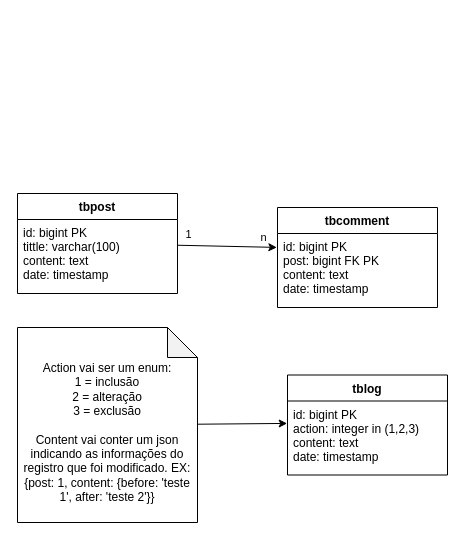
Before: diagramas/diagrama_er.drawio in DavidRusycki/news-laravel, a draw.io diagram. Source tidied: cells renumbered, new cells numbered last; positions are measured from the earlier drawing's top-left corner, leaving out a move shared by most shapes. Both pictures are drawn from the tidied source at 100%, with x=0, y=0 at pixel (17, 193).
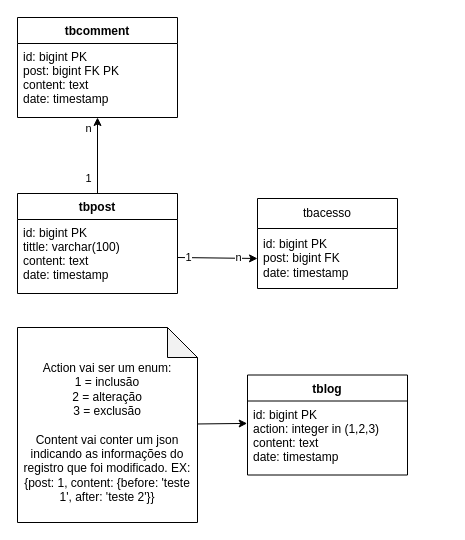
After the change.

Unchanged cells that the change refers to:
```xml
<mxCell id="5" value="tbpost" style="swimlane;fontStyle=1;align=center;verticalAlign=top;horizontal=1;startSize=26;" parent="1" vertex="1">
  <mxGeometry width="160" height="100" as="geometry" />
</mxCell>
<mxCell id="6" value="id: bigint PK&#10;tittle: varchar(100)&#10;content: text&#10;date: timestamp" style="text;strokeColor=none;fillColor=none;align=left;verticalAlign=top;spacingLeft=4;spacingRight=4;overflow=hidden;points=[[0,0.5],[1,0.5]];portConstraint=eastwest;" parent="5" vertex="1">
  <mxGeometry y="26" width="160" height="74" as="geometry" />
</mxCell>
<mxCell id="8" value="id: bigint PK&#10;post: bigint FK PK&#10;content: text&#10;date: timestamp" style="text;strokeColor=none;fillColor=none;align=left;verticalAlign=top;spacingLeft=4;spacingRight=4;overflow=hidden;points=[[0,0.5],[1,0.5]];portConstraint=eastwest;" parent="7" vertex="1">
  <mxGeometry y="26" width="160" height="74" as="geometry" />
</mxCell>
```

What changed in the source:
```diff
@@
-    <mxCell id="2" style="edgeStyle=none;html=1;entryX=-0.004;entryY=0.188;entryDx=0;entryDy=0;entryPerimeter=0;" parent="1" edge="1" source="5" target="8">
+    <mxCell id="2" style="edgeStyle=none;html=1;" parent="1" edge="1" source="5" target="8">
       <mxGeometry relative="1" as="geometry" />
     </mxCell>
     <mxCell id="3" value="1" style="edgeLabel;html=1;align=center;verticalAlign=middle;" parent="2" vertex="1">
       <mxGeometry x="-0.77" relative="1" as="geometry">
-        <mxPoint y="-11" as="offset" />
+        <mxPoint x="-10" y="-7" as="offset" />
       </mxGeometry>
     </mxCell>
     <mxCell id="4" value="n" style="edgeLabel;html=1;align=center;verticalAlign=middle;" parent="2" vertex="1">
       <mxGeometry x="0.74" y="-1" relative="1" as="geometry">
-        <mxPoint y="-11" as="offset" />
+        <mxPoint x="-11" as="offset" />
       </mxGeometry>
     </mxCell>
@@
     <mxCell id="7" value="tbcomment" style="swimlane;fontStyle=1;align=center;verticalAlign=top;horizontal=1;startSize=26;" parent="1" vertex="1">
-      <mxGeometry x="260" y="14" width="160" height="100" as="geometry" />
+      <mxGeometry y="-176" width="160" height="100" as="geometry" />
     </mxCell>
@@
     <mxCell id="9" value="tblog" style="swimlane;fontStyle=1;align=center;verticalAlign=top;horizontal=1;startSize=26;" parent="1" vertex="1">
-      <mxGeometry x="270" y="181.5" width="160" height="100" as="geometry" />
+      <mxGeometry x="230" y="181.5" width="160" height="100" as="geometry" />
     </mxCell>
@@
+    <mxCell id="13" value="tbacesso" style="swimlane;fontStyle=0;horizontal=1;startSize=30;whiteSpace=wrap;html=1;" parent="1" vertex="1">
+      <mxGeometry x="240" y="5" width="140" height="90" as="geometry" />
+    </mxCell>
+    <mxCell id="14" value="id: bigint PK&lt;br&gt;post: bigint FK&lt;br&gt;date: timestamp&amp;nbsp;" style="text;strokeColor=none;fillColor=none;align=left;verticalAlign=middle;spacingLeft=4;spacingRight=4;overflow=hidden;points=[[0,0.5],[1,0.5]];portConstraint=eastwest;whiteSpace=wrap;html=1;" parent="13" vertex="1">
+      <mxGeometry y="30" width="140" height="60" as="geometry" />
+    </mxCell>
+    <mxCell id="15" style="edgeStyle=none;html=1;entryX=0;entryY=0.5;entryDx=0;entryDy=0;" parent="1" edge="1" source="6" target="14">
+      <mxGeometry relative="1" as="geometry" />
+    </mxCell>
+    <mxCell id="16" value="1" style="edgeLabel;html=1;align=center;verticalAlign=middle;" parent="15" vertex="1">
+      <mxGeometry x="-0.66" y="1" relative="1" as="geometry">
+        <mxPoint x="-4" as="offset" />
+      </mxGeometry>
+    </mxCell>
+    <mxCell id="17" value="n" style="edgeLabel;html=1;align=center;verticalAlign=middle;" parent="15" vertex="1">
+      <mxGeometry x="0.63" y="1" relative="1" as="geometry">
+        <mxPoint x="-5" as="offset" />
+      </mxGeometry>
+    </mxCell>
```
